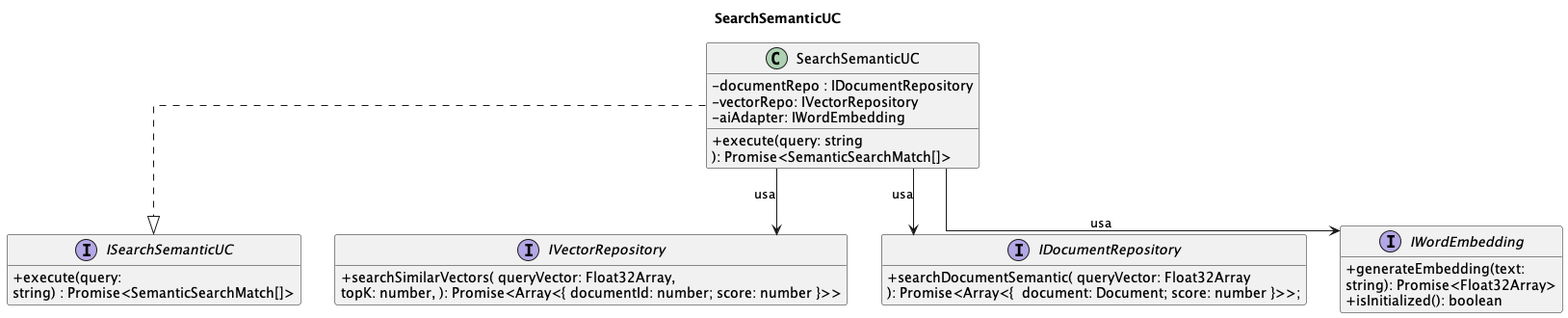
This is out/3_PB/DocumentiEsterni/DiagrammiSpecificaTecnica/C4/C4_backend_Search/C4_backend_Search-4.png from 7-ZPUs/Docs, a PlantUML export, as it was before one commit.
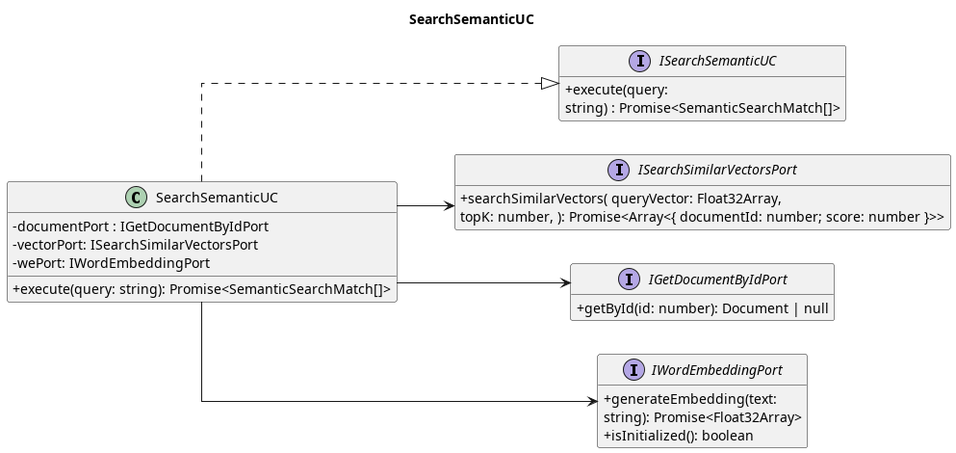
Above is the later version.

Change to the diagram source:
```diff
@@ -1,6 +1,7 @@
 @startuml
 title SearchSemanticUC
 
+left to right direction
 skinparam classAttributeIconSize 0
 skinparam linetype ortho
 hide empty members
@@ -10,29 +11,27 @@
     string) : Promise<SemanticSearchMatch[]>
 }
 class SearchSemanticUC {
-    - documentRepo : IDocumentRepository
-    - vectorRepo: IVectorRepository
-    - aiAdapter: IWordEmbedding
-    + execute(query: string
-    ): Promise<SemanticSearchMatch[]>
+    - documentPort : IGetDocumentByIdPort
+    - vectorPort: ISearchSimilarVectorsPort
+    - wePort: IWordEmbeddingPort
+     + execute(query: string): Promise<SemanticSearchMatch[]>
 }
-interface IVectorRepository {
+interface ISearchSimilarVectorsPort {
     + searchSimilarVectors( queryVector: Float32Array,
     topK: number, ): Promise<Array<{ documentId: number; score: number }>>
 }
-interface IDocumentRepository {
-    + searchDocumentSemantic( queryVector: Float32Array
-     ): Promise<Array<{  document: Document; score: number }>>;
+interface IGetDocumentByIdPort {
+    + getById(id: number): Document | null
 }
-interface IWordEmbedding {
+interface IWordEmbeddingPort {
     + generateEmbedding(text:
     string): Promise<Float32Array>
     + isInitialized(): boolean
 }
 
 SearchSemanticUC ..|> ISearchSemanticUC
-SearchSemanticUC --> IVectorRepository : usa
-SearchSemanticUC --> IWordEmbedding    : usa
-SearchSemanticUC --> IDocumentRepository : usa
+SearchSemanticUC --> ISearchSimilarVectorsPort
+SearchSemanticUC --> IWordEmbeddingPort
+SearchSemanticUC --> IGetDocumentByIdPort
 
 @enduml
```
